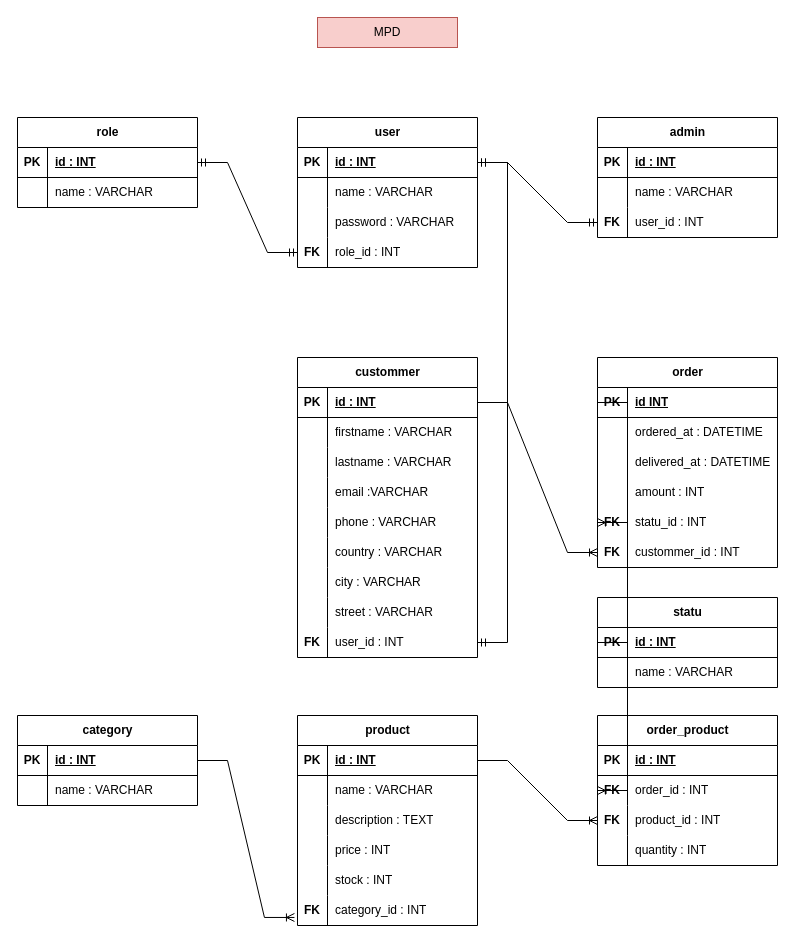
This is MCD-MLD-MPD(drawio)/MPD.drawio from Clement2909/SAYNA-MERISESQL-ECOMMERCE, a draw.io file, before an edit. Source tidied: cells renumbered, new cells numbered last; positions are measured from the earlier drawing's top-left corner, leaving out a move shared by most shapes. Both pictures are drawn from the tidied source at 100%, with x=0, y=0 at pixel (17, 17).
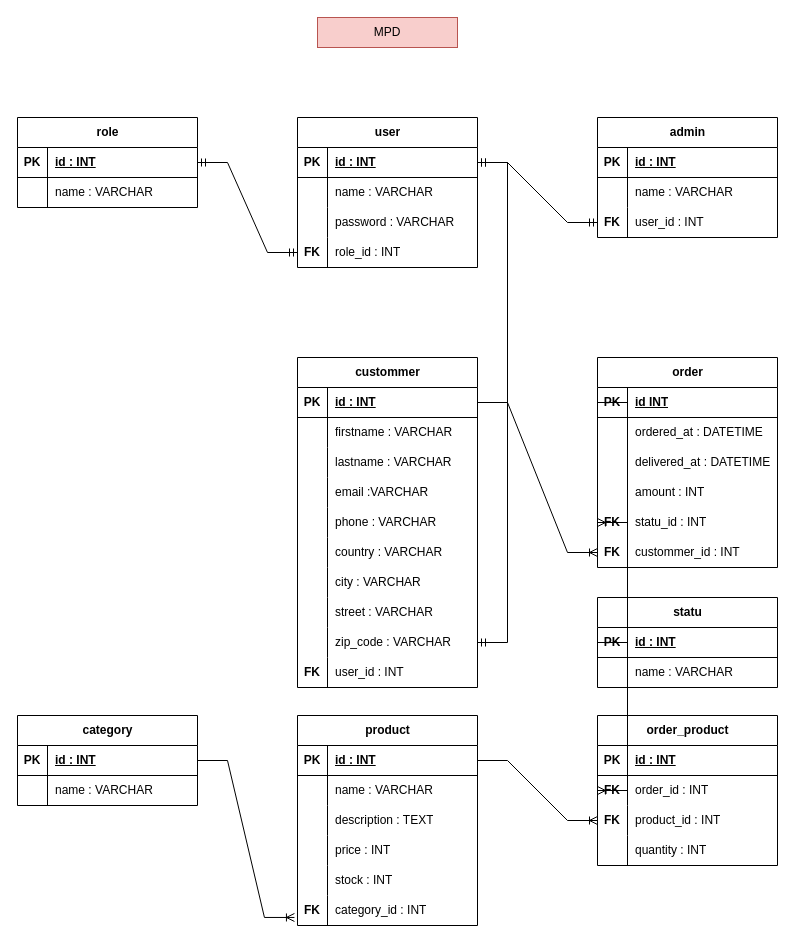
After the change.

The change refers to these unchanged cells:
```xml
<mxCell id="58" style="shape=tableRow;horizontal=0;startSize=0;swimlaneHead=0;swimlaneBody=0;fillColor=none;points=[[0,0.5],[1,0.5]];portConstraint=eastwest;top=0;left=0;right=0;bottom=0;" parent="33" vertex="1">
  <mxGeometry y="270" width="180" height="30" as="geometry" />
</mxCell>
```

Change to the diagram source:
```diff
@@
     <mxCell id="33" value="custommer" style="shape=table;startSize=30;childLayout=tableLayout;rowLines=0;fontStyle=1;align=center;html=1;" parent="1" vertex="1">
-      <mxGeometry x="280" y="340" width="180" height="300" as="geometry" />
+      <mxGeometry x="280" y="340" width="180" height="330" as="geometry" />
     </mxCell>
@@
-    <mxCell id="59" value="&lt;b&gt;FK&lt;/b&gt;" style="shape=partialRectangle;fillColor=none;top=0;left=0;bottom=0;right=0;overflow=hidden;whiteSpace=wrap;html=1;" parent="58" vertex="1">
+    <mxCell id="59" style="shape=partialRectangle;fillColor=none;top=0;left=0;bottom=0;right=0;overflow=hidden;whiteSpace=wrap;html=1;" parent="58" vertex="1">
       <mxGeometry width="30" height="30" as="geometry" />
     </mxCell>
-    <mxCell id="60" value="user_id : INT" style="shape=partialRectangle;fillColor=none;top=0;left=0;bottom=0;right=0;align=left;spacingLeft=6;overflow=hidden;whiteSpace=wrap;html=1;" parent="58" vertex="1">
+    <mxCell id="60" value="zip_code : VARCHAR" style="shape=partialRectangle;fillColor=none;top=0;left=0;bottom=0;right=0;align=left;spacingLeft=6;overflow=hidden;whiteSpace=wrap;html=1;" parent="58" vertex="1">
       <mxGeometry x="30" width="150" height="30" as="geometry" />
     </mxCell>
+    <mxCell id="134" style="shape=tableRow;horizontal=0;startSize=0;swimlaneHead=0;swimlaneBody=0;fillColor=none;top=0;left=0;right=0;bottom=0;" parent="33" vertex="1">
+      <mxGeometry y="300" width="180" height="30" as="geometry" />
+    </mxCell>
+    <mxCell id="135" value="&lt;b&gt;FK&lt;/b&gt;" style="shape=partialRectangle;fillColor=none;top=0;left=0;bottom=0;right=0;overflow=hidden;whiteSpace=wrap;html=1;" parent="134" vertex="1">
+      <mxGeometry width="30" height="30" as="geometry" />
+    </mxCell>
+    <mxCell id="136" value="user_id : INT" style="shape=partialRectangle;fillColor=none;top=0;left=0;bottom=0;right=0;align=left;spacingLeft=6;overflow=hidden;whiteSpace=wrap;html=1;" parent="134" vertex="1">
+      <mxGeometry x="30" width="150" height="30" as="geometry" />
+    </mxCell>
```
